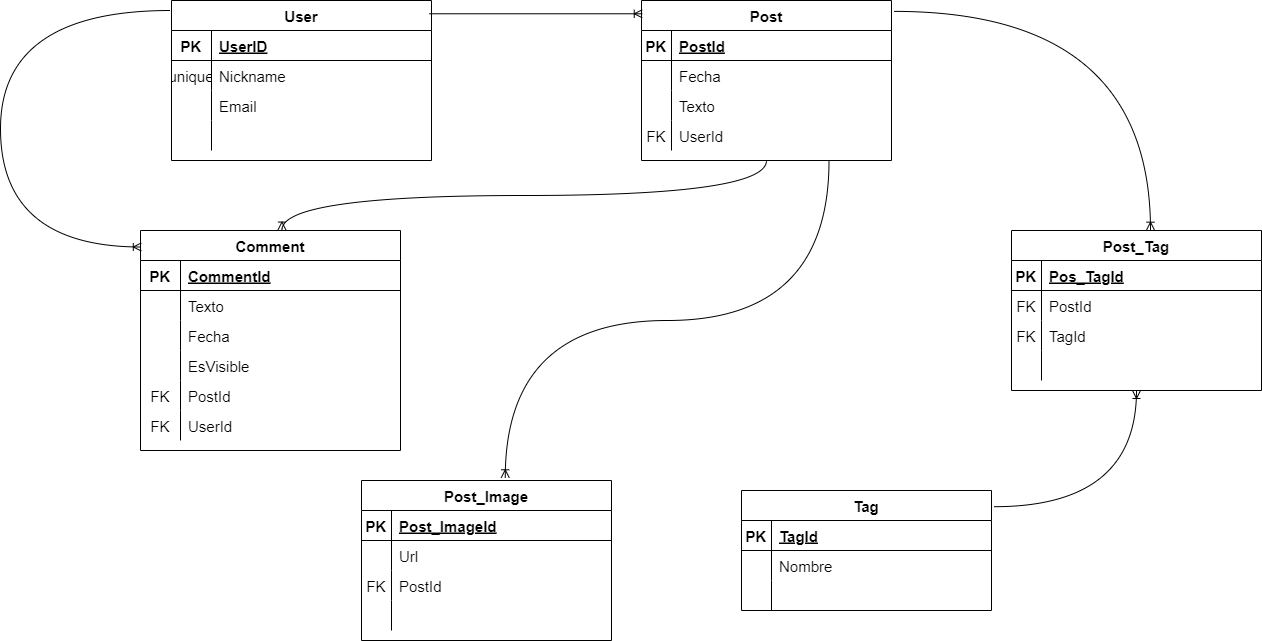
The draw.io diagram DER/DER relacional.png in EP-UnaHur-2026C1/anti-social-documental-tp-cabos-sueltos, before a commit. Source tidied: cells renumbered, new cells last; positions are measured from the earlier drawing's top-left corner, leaving out a move shared by most shapes.
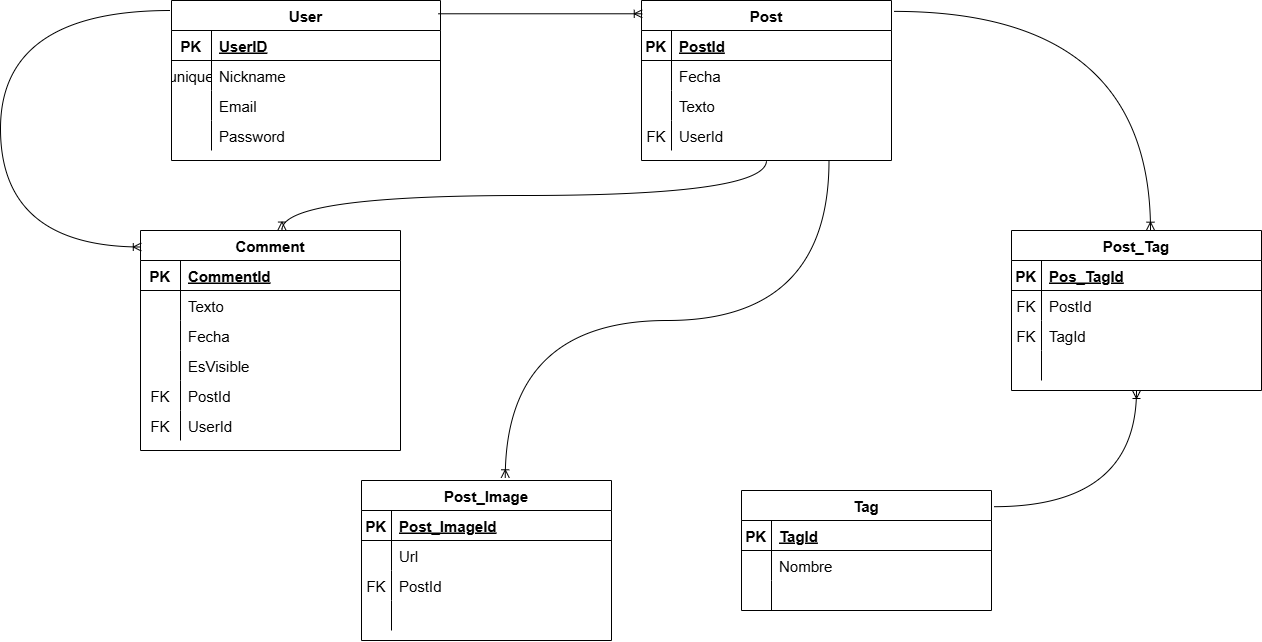
The same diagram one commit later.

The edit, as a diff of the source:
```diff
@@ -72,43 +72,43 @@
       <mxGeometry x="30" width="220" height="30" as="geometry" />
     </mxCell>
     <mxCell id="25" value="User" style="shape=table;startSize=30;rowLines=0;fontStyle=1;align=center;fontFamily=Helvetica;fontSize=15;" parent="1" vertex="1">
-      <mxGeometry x="171" width="260" height="160" as="geometry" />
+      <mxGeometry x="171" width="269" height="160" as="geometry" />
     </mxCell>
     <mxCell id="26" style="shape=partialRectangle;fillColor=none;top=0;left=0;right=0;bottom=1;fontFamily=Helvetica;fontSize=15;" parent="25" vertex="1">
-      <mxGeometry y="30" width="260" height="30" as="geometry" />
+      <mxGeometry y="30" width="269" height="30" as="geometry" />
     </mxCell>
     <mxCell id="27" value="PK" style="shape=partialRectangle;overflow=hidden;fillColor=none;top=0;left=0;bottom=0;right=0;fontStyle=1;fontFamily=Helvetica;fontSize=15;" parent="26" vertex="1">
       <mxGeometry width="40" height="30" as="geometry" />
     </mxCell>
     <mxCell id="28" value="UserID" style="shape=partialRectangle;overflow=hidden;fillColor=none;top=0;left=0;bottom=0;right=0;align=left;spacingLeft=6;fontStyle=5;fontFamily=Helvetica;fontSize=15;" parent="26" vertex="1">
-      <mxGeometry x="40" width="220" height="30" as="geometry" />
+      <mxGeometry x="40" width="229" height="30" as="geometry" />
     </mxCell>
     <mxCell id="29" style="shape=partialRectangle;fillColor=none;top=0;left=0;right=0;bottom=0;fontSize=15;fontFamily=Helvetica;" parent="25" vertex="1">
-      <mxGeometry y="60" width="260" height="30" as="geometry" />
+      <mxGeometry y="60" width="269" height="30" as="geometry" />
     </mxCell>
     <mxCell id="30" value="unique" style="shape=partialRectangle;overflow=hidden;fillColor=none;top=0;left=0;bottom=0;right=0;fontFamily=Helvetica;fontSize=15;" parent="29" vertex="1">
       <mxGeometry width="40" height="30" as="geometry" />
     </mxCell>
     <mxCell id="31" value="Nickname" style="shape=partialRectangle;overflow=hidden;fillColor=none;top=0;left=0;bottom=0;right=0;align=left;spacingLeft=6;fontSize=15;fontFamily=Helvetica;" parent="29" vertex="1">
-      <mxGeometry x="40" width="220" height="30" as="geometry" />
+      <mxGeometry x="40" width="229" height="30" as="geometry" />
     </mxCell>
     <mxCell id="32" style="shape=partialRectangle;fillColor=none;top=0;left=0;right=0;bottom=0;fontSize=15;fontFamily=Helvetica;" parent="25" vertex="1">
-      <mxGeometry y="90" width="260" height="30" as="geometry" />
+      <mxGeometry y="90" width="269" height="30" as="geometry" />
     </mxCell>
     <mxCell id="33" style="shape=partialRectangle;overflow=hidden;fillColor=none;top=0;left=0;bottom=0;right=0;fontFamily=Helvetica;fontSize=15;" parent="32" vertex="1">
       <mxGeometry width="40" height="30" as="geometry" />
     </mxCell>
     <mxCell id="34" value="Email" style="shape=partialRectangle;overflow=hidden;fillColor=none;top=0;left=0;bottom=0;right=0;align=left;spacingLeft=6;fontSize=15;fontFamily=Helvetica;" parent="32" vertex="1">
-      <mxGeometry x="40" width="220" height="30" as="geometry" />
+      <mxGeometry x="40" width="229" height="30" as="geometry" />
     </mxCell>
     <mxCell id="35" style="shape=partialRectangle;fillColor=none;top=0;left=0;right=0;bottom=0;fontSize=15;fontFamily=Helvetica;" parent="25" vertex="1">
-      <mxGeometry y="120" width="260" height="30" as="geometry" />
+      <mxGeometry y="120" width="269" height="30" as="geometry" />
     </mxCell>
     <mxCell id="36" style="shape=partialRectangle;overflow=hidden;fillColor=none;top=0;left=0;bottom=0;right=0;fontFamily=Helvetica;fontSize=15;" parent="35" vertex="1">
       <mxGeometry width="40" height="30" as="geometry" />
     </mxCell>
-    <mxCell id="37" style="shape=partialRectangle;overflow=hidden;fillColor=none;top=0;left=0;bottom=0;right=0;align=left;spacingLeft=6;fontSize=15;fontFamily=Helvetica;" parent="35" vertex="1">
-      <mxGeometry x="40" width="220" height="30" as="geometry" />
+    <mxCell id="37" value="Password" style="shape=partialRectangle;overflow=hidden;fillColor=none;top=0;left=0;bottom=0;right=0;align=left;spacingLeft=6;fontSize=15;fontFamily=Helvetica;" parent="35" vertex="1">
+      <mxGeometry x="40" width="229" height="30" as="geometry" />
     </mxCell>
     <mxCell id="38" value="Post_Tag" style="shape=table;startSize=30;rowLines=0;fontStyle=1;align=center;fontFamily=Helvetica;fontSize=15;" parent="1" vertex="1">
       <mxGeometry x="1011" y="230" width="250" height="160" as="geometry" />
```
